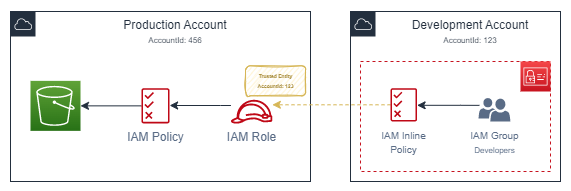
This is images/iam-cross-account-access.drawio.png from tiagopala/aws-certified-developer-associate, a draw.io export, as it was before one commit. Source tidied: cells renumbered, new cells last; positions are measured from the earlier drawing's top-left corner, leaving out a move shared by most shapes.
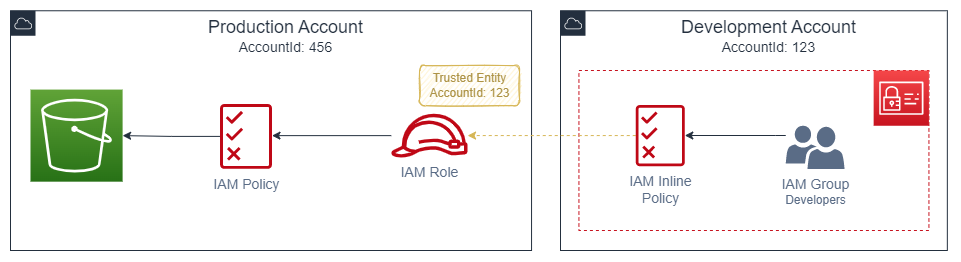
Later version of the same file.

Commit message:
Resize iam cross account image

What changed in the source:
```diff
@@ -3,64 +3,63 @@
     <mxCell id="0" />
     <mxCell id="1" parent="0" />
     <mxCell id="2" style="rounded=0;whiteSpace=wrap;html=1;shadow=0;glass=0;sketch=1;strokeColor=none;fontSize=5;fontColor=#0022FF;fillColor=default;" parent="1" vertex="1">
-      <mxGeometry width="570" height="190" as="geometry" />
+      <mxGeometry x="40" y="10" width="960" height="260" as="geometry" />
     </mxCell>
+    <mxCell id="11" style="fillColor=none;strokeColor=#C7131F;dashed=1;verticalAlign=top;fontStyle=0;fontColor=#5A6C86;fontSize=8;" parent="1" vertex="1">
+      <mxGeometry x="618.4" y="80" width="350" height="160" as="geometry" />
+    </mxCell>
-    <mxCell id="3" value="Production Account&lt;br&gt;&lt;font style=&quot;font-size: 8px;&quot;&gt;AccountId: 456&lt;/font&gt;" style="gradientColor=none;html=1;whiteSpace=wrap;fontSize=12;fontStyle=0;shape=mxgraph.aws4.group;grIcon=mxgraph.aws4.group_aws_cloud;strokeColor=#232F3E;fillColor=none;verticalAlign=top;align=center;spacingLeft=30;fontColor=#232F3E;dashed=0;" parent="1" vertex="1">
-      <mxGeometry x="10" y="11" width="300" height="170" as="geometry" />
+    <mxCell id="3" value="&lt;font style=&quot;font-size: 18px;&quot;&gt;Production Account&lt;/font&gt;&lt;br&gt;&lt;font style=&quot;font-size: 14px;&quot;&gt;AccountId: 456&lt;/font&gt;" style="gradientColor=none;html=1;whiteSpace=wrap;fontSize=12;fontStyle=0;shape=mxgraph.aws4.group;grIcon=mxgraph.aws4.group_aws_cloud;strokeColor=#232F3E;fillColor=none;verticalAlign=top;align=center;spacingLeft=30;fontColor=#232F3E;dashed=0;" parent="1" vertex="1">
+      <mxGeometry x="50" y="20.3" width="521" height="239.7" as="geometry" />
     </mxCell>
+    <mxCell id="10" value="&lt;font style=&quot;font-size: 18px;&quot;&gt;Development Account&lt;/font&gt;&lt;br&gt;&lt;font style=&quot;font-size: 14px;&quot;&gt;AccountId: 123&lt;/font&gt;" style="gradientColor=none;html=1;whiteSpace=wrap;fontSize=12;fontStyle=0;shape=mxgraph.aws4.group;grIcon=mxgraph.aws4.group_aws_cloud;strokeColor=#232F3E;fillColor=none;verticalAlign=top;align=center;spacingLeft=30;fontColor=#232F3E;dashed=0;" parent="1" vertex="1">
+      <mxGeometry x="600" y="20.3" width="386.8" height="239.7" as="geometry" />
+    </mxCell>
+    <mxCell id="15" style="edgeStyle=orthogonalEdgeStyle;rounded=0;jettySize=auto;html=1;fontSize=8;fontColor=#5A6C86;dashed=1;fillColor=#fff2cc;strokeColor=#d6b656;" parent="1" edge="1" source="16" target="8">
+      <mxGeometry relative="1" as="geometry">
+        <Array as="points">
+          <mxPoint x="660" y="145" />
+          <mxPoint x="660" y="145" />
+        </Array>
+      </mxGeometry>
+    </mxCell>
+    <mxCell id="16" value="&lt;font color=&quot;#5a6c86&quot; style=&quot;font-size: 14px;&quot;&gt;IAM Inline&lt;br&gt;Policy&lt;/font&gt;" style="sketch=0;outlineConnect=0;fontColor=#232F3E;gradientColor=none;fillColor=#BF0816;strokeColor=none;dashed=0;verticalLabelPosition=bottom;verticalAlign=top;align=center;html=1;fontSize=12;fontStyle=0;shape=mxgraph.aws4.permissions;" parent="1" vertex="1">
+      <mxGeometry x="675.3" y="114.3" width="49" height="61.7" as="geometry" />
+    </mxCell>
+    <mxCell id="13" style="edgeStyle=orthogonalEdgeStyle;rounded=0;jettySize=auto;html=1;fontSize=8;strokeColor=#232F3E;" parent="1" edge="1" source="14" target="16">
+      <mxGeometry relative="1" as="geometry">
+        <Array as="points">
+          <mxPoint x="815.3" y="145" />
+          <mxPoint x="815.3" y="145" />
+        </Array>
+      </mxGeometry>
+    </mxCell>
+    <mxCell id="9" value="&lt;span style=&quot;font-size: 12px;&quot;&gt;&lt;font style=&quot;font-size: 12px;&quot; color=&quot;#ad9346&quot;&gt;&lt;font style=&quot;font-size: 12px;&quot;&gt;Trusted Entity&lt;/font&gt;&lt;br&gt;AccountId: 123&lt;/font&gt;&lt;/span&gt;" style="text;html=1;align=center;verticalAlign=middle;strokeColor=#d6b656;fillColor=#fff2cc;fontSize=8;rounded=1;glass=0;sketch=1;shadow=0;" parent="1" vertex="1">
+      <mxGeometry x="459" y="75.2" width="100" height="40" as="geometry" />
+    </mxCell>
-    <mxCell id="4" style="sketch=0;points=[[0,0,0],[0.25,0,0],[0.5,0,0],[0.75,0,0],[1,0,0],[0,1,0],[0.25,1,0],[0.5,1,0],[0.75,1,0],[1,1,0],[0,0.25,0],[0,0.5,0],[0,0.75,0],[1,0.25,0],[1,0.5,0],[1,0.75,0]];outlineConnect=0;fontColor=#232F3E;gradientColor=#60A337;gradientDirection=north;fillColor=#277116;strokeColor=#ffffff;dashed=0;verticalLabelPosition=bottom;verticalAlign=top;align=center;html=1;fontSize=12;fontStyle=0;shape=mxgraph.aws4.resourceIcon;resIcon=mxgraph.aws4.s3;" parent="3" vertex="1">
-      <mxGeometry x="20" y="69.4" width="50" height="50" as="geometry" />
+    <mxCell id="4" style="sketch=0;points=[[0,0,0],[0.25,0,0],[0.5,0,0],[0.75,0,0],[1,0,0],[0,1,0],[0.25,1,0],[0.5,1,0],[0.75,1,0],[1,1,0],[0,0.25,0],[0,0.5,0],[0,0.75,0],[1,0.25,0],[1,0.5,0],[1,0.75,0]];outlineConnect=0;fontColor=#232F3E;gradientColor=#60A337;gradientDirection=north;fillColor=#277116;strokeColor=#ffffff;dashed=0;verticalLabelPosition=bottom;verticalAlign=top;align=center;html=1;fontSize=12;fontStyle=0;shape=mxgraph.aws4.resourceIcon;resIcon=mxgraph.aws4.s3;" parent="1" vertex="1">
+      <mxGeometry x="70" y="99.1" width="92.1" height="92.1" as="geometry" />
     </mxCell>
-    <mxCell id="5" style="edgeStyle=orthogonalEdgeStyle;rounded=0;jettySize=auto;html=1;entryX=1;entryY=0.5;entryDx=0;entryDy=0;entryPerimeter=0;fontSize=8;fontColor=#5A6C86;strokeColor=#232F3E;" parent="3" edge="1" source="6" target="4">
+    <mxCell id="5" style="edgeStyle=orthogonalEdgeStyle;rounded=0;jettySize=auto;html=1;entryX=1;entryY=0.5;entryDx=0;entryDy=0;entryPerimeter=0;fontSize=8;fontColor=#5A6C86;strokeColor=#232F3E;" parent="1" edge="1" source="6" target="4">
       <mxGeometry relative="1" as="geometry" />
     </mxCell>
-    <mxCell id="6" value="&lt;font color=&quot;#5a6c86&quot;&gt;IAM Policy&lt;/font&gt;" style="sketch=0;outlineConnect=0;fontColor=#232F3E;gradientColor=none;fillColor=#BF0816;strokeColor=none;dashed=0;verticalLabelPosition=bottom;verticalAlign=top;align=center;html=1;fontSize=12;fontStyle=0;shape=mxgraph.aws4.permissions;" parent="3" vertex="1">
-      <mxGeometry x="130.9" y="76.6" width="28.2" height="35.5" as="geometry" />
+    <mxCell id="6" value="&lt;font style=&quot;font-size: 14px;&quot; color=&quot;#5a6c86&quot;&gt;IAM Policy&lt;/font&gt;" style="sketch=0;outlineConnect=0;fontColor=#232F3E;gradientColor=none;fillColor=#BF0816;strokeColor=none;dashed=0;verticalLabelPosition=bottom;verticalAlign=top;align=center;html=1;fontSize=12;fontStyle=0;shape=mxgraph.aws4.permissions;" parent="1" vertex="1">
+      <mxGeometry x="259.6" y="113.3" width="51.9" height="65.4" as="geometry" />
     </mxCell>
-    <mxCell id="7" style="edgeStyle=orthogonalEdgeStyle;rounded=0;jettySize=auto;html=1;fontSize=8;fontColor=#5A6C86;strokeColor=#232F3E;" parent="3" edge="1" source="8" target="6">
+    <mxCell id="7" style="edgeStyle=orthogonalEdgeStyle;rounded=0;jettySize=auto;html=1;fontSize=8;fontColor=#5A6C86;strokeColor=#232F3E;" parent="1" edge="1" source="8" target="6">
       <mxGeometry relative="1" as="geometry">
         <Array as="points">
-          <mxPoint x="210" y="94" />
-          <mxPoint x="210" y="94" />
+          <mxPoint x="463" y="146" />
         </Array>
       </mxGeometry>
     </mxCell>
-    <mxCell id="8" value="&lt;font color=&quot;#5a6c86&quot;&gt;IAM Role&lt;/font&gt;" style="sketch=0;outlineConnect=0;fontColor=#232F3E;gradientColor=none;fillColor=#BF0816;strokeColor=none;dashed=0;verticalLabelPosition=bottom;verticalAlign=top;align=center;html=1;fontSize=12;fontStyle=0;shape=mxgraph.aws4.role;" parent="3" vertex="1">
-      <mxGeometry x="220" y="88.3" width="42.3" height="23.8" as="geometry" />
+    <mxCell id="8" value="&lt;font style=&quot;font-size: 14px;&quot; color=&quot;#5a6c86&quot;&gt;IAM Role&lt;/font&gt;" style="sketch=0;outlineConnect=0;fontColor=#232F3E;gradientColor=none;fillColor=#BF0816;strokeColor=none;dashed=0;verticalLabelPosition=bottom;verticalAlign=top;align=center;html=1;fontSize=12;fontStyle=0;shape=mxgraph.aws4.role;" parent="1" vertex="1">
+      <mxGeometry x="430" y="123.2" width="77.9" height="43.9" as="geometry" />
     </mxCell>
-    <mxCell id="9" value="&lt;b style=&quot;font-size: 5px;&quot;&gt;&lt;font style=&quot;font-size: 5px;&quot; color=&quot;#ad9346&quot;&gt;&lt;font style=&quot;font-size: 5px;&quot;&gt;Trusted Entity&lt;/font&gt;&lt;br&gt;AccountId: 123&lt;/font&gt;&lt;/b&gt;" style="text;html=1;align=center;verticalAlign=middle;strokeColor=#d6b656;fillColor=#fff2cc;fontSize=8;rounded=1;glass=0;sketch=1;shadow=0;" parent="3" vertex="1">
-      <mxGeometry x="235" y="54.3" width="60" height="30" as="geometry" />
-    </mxCell>
-    <mxCell id="10" value="Development Account&lt;br&gt;&lt;font style=&quot;font-size: 8px;&quot;&gt;AccountId: 123&lt;/font&gt;" style="gradientColor=none;html=1;whiteSpace=wrap;fontSize=12;fontStyle=0;shape=mxgraph.aws4.group;grIcon=mxgraph.aws4.group_aws_cloud;strokeColor=#232F3E;fillColor=none;verticalAlign=top;align=center;spacingLeft=30;fontColor=#232F3E;dashed=0;" parent="1" vertex="1">
-      <mxGeometry x="350" y="11" width="210" height="170" as="geometry" />
-    </mxCell>
-    <mxCell id="11" style="fillColor=none;strokeColor=#C7131F;dashed=1;verticalAlign=top;fontStyle=0;fontColor=#5A6C86;fontSize=8;" parent="10" vertex="1">
-      <mxGeometry x="10" y="50" width="190" height="110" as="geometry" />
-    </mxCell>
-    <mxCell id="12" style="sketch=0;fontColor=#232F3E;gradientColor=#F54749;gradientDirection=north;fillColor=#C7131F;strokeColor=#ffffff;dashed=0;verticalLabelPosition=bottom;verticalAlign=top;align=center;html=1;fontSize=12;fontStyle=0;shape=mxgraph.aws4.resourceIcon;resIcon=mxgraph.aws4.identity_and_access_management;" parent="10" vertex="1">
-      <mxGeometry x="170" y="50" width="30" height="30" as="geometry" />
+    <mxCell id="12" style="sketch=0;fontColor=#232F3E;gradientColor=#F54749;gradientDirection=north;fillColor=#C7131F;strokeColor=#ffffff;dashed=0;verticalLabelPosition=bottom;verticalAlign=top;align=center;html=1;fontSize=12;fontStyle=0;shape=mxgraph.aws4.resourceIcon;resIcon=mxgraph.aws4.identity_and_access_management;" parent="1" vertex="1">
+      <mxGeometry x="913.2" y="80" width="55.3" height="55.3" as="geometry" />
     </mxCell>
-    <mxCell id="13" style="edgeStyle=orthogonalEdgeStyle;rounded=0;jettySize=auto;html=1;fontSize=8;exitX=0.029;exitY=0.311;exitDx=0;exitDy=0;exitPerimeter=0;strokeColor=#232F3E;" parent="1" edge="1" source="14" target="16">
-      <mxGeometry relative="1" as="geometry">
-        <Array as="points">
-          <mxPoint x="460" y="104" />
-          <mxPoint x="460" y="104" />
-        </Array>
-      </mxGeometry>
-    </mxCell>
-    <mxCell id="14" value="&lt;font color=&quot;#5a6c86&quot; style=&quot;&quot;&gt;&lt;span style=&quot;font-size: 10px;&quot;&gt;IAM Group&lt;/span&gt;&lt;br&gt;&lt;font style=&quot;font-size: 8px;&quot;&gt;Developers&lt;/font&gt;&lt;/font&gt;" style="sketch=0;shadow=0;dashed=0;html=1;strokeColor=none;labelPosition=center;verticalLabelPosition=bottom;verticalAlign=top;align=center;fillColor=#5A6C86;shape=mxgraph.mscae.intune.user_group;spacing=2;" parent="1" vertex="1">
-      <mxGeometry x="478" y="97.5" width="31.9" height="23.6" as="geometry" />
+    <mxCell id="14" value="&lt;font color=&quot;#5a6c86&quot; style=&quot;&quot;&gt;&lt;font style=&quot;font-size: 14px;&quot;&gt;IAM Group&lt;/font&gt;&lt;br&gt;&lt;font style=&quot;font-size: 12px;&quot;&gt;Developers&lt;/font&gt;&lt;/font&gt;" style="sketch=0;shadow=0;dashed=0;html=1;strokeColor=none;labelPosition=center;verticalLabelPosition=bottom;verticalAlign=top;align=center;fillColor=#5A6C86;shape=mxgraph.mscae.intune.user_group;spacing=2;" parent="1" vertex="1">
+      <mxGeometry x="825.3" y="135.1" width="58.8" height="43.5" as="geometry" />
     </mxCell>
-    <mxCell id="15" style="edgeStyle=orthogonalEdgeStyle;rounded=0;jettySize=auto;html=1;fontSize=8;fontColor=#5A6C86;dashed=1;fillColor=#fff2cc;strokeColor=#d6b656;" parent="1" edge="1" source="16" target="8">
-      <mxGeometry relative="1" as="geometry">
-        <Array as="points">
-          <mxPoint x="320" y="104" />
-          <mxPoint x="320" y="104" />
-        </Array>
-      </mxGeometry>
-    </mxCell>
-    <mxCell id="16" value="&lt;font color=&quot;#5a6c86&quot; style=&quot;font-size: 10px;&quot;&gt;IAM Inline&lt;br&gt;Policy&lt;/font&gt;" style="sketch=0;outlineConnect=0;fontColor=#232F3E;gradientColor=none;fillColor=#BF0816;strokeColor=none;dashed=0;verticalLabelPosition=bottom;verticalAlign=top;align=center;html=1;fontSize=12;fontStyle=0;shape=mxgraph.aws4.permissions;" parent="1" vertex="1">
-      <mxGeometry x="390" y="87.6" width="26.6" height="33.5" as="geometry" />
-    </mxCell>
   </root>
 </mxGraphModel>
```
